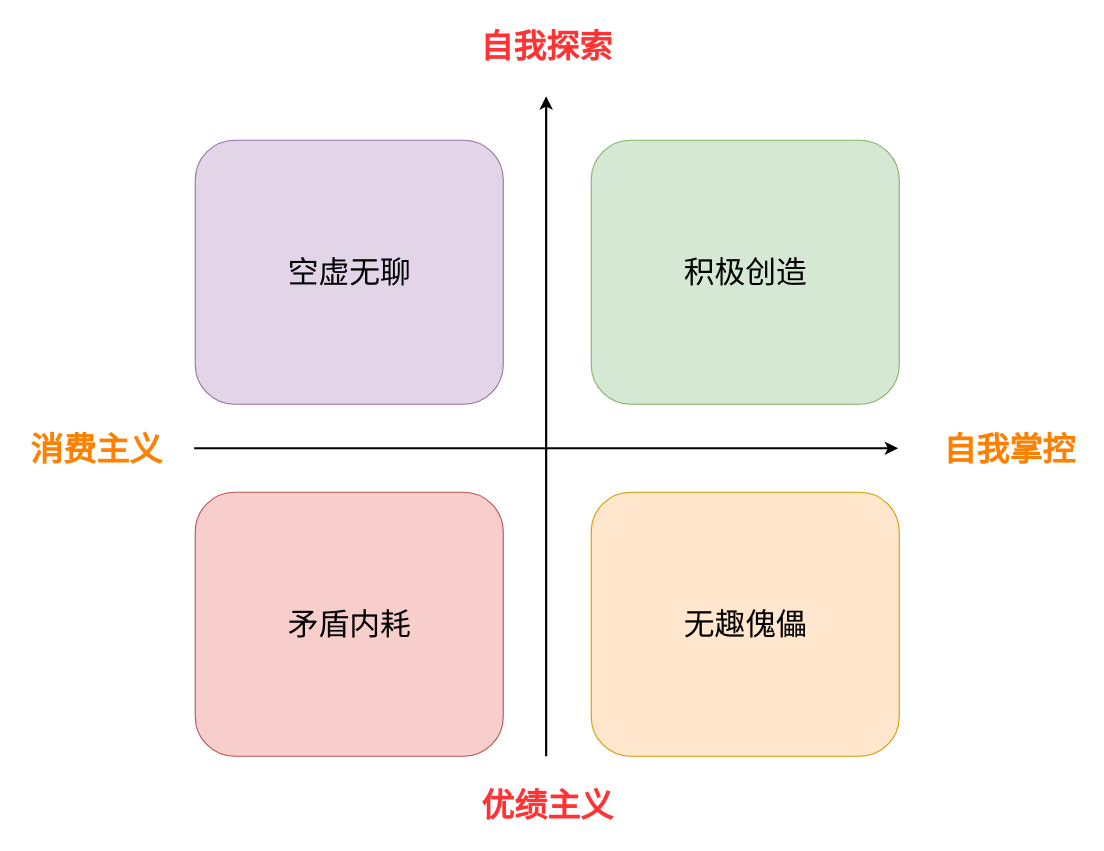
Above: 人生状态四象限.drawio in youyusan/life_system (draw.io), before the change. Source tidied: cells renumbered, new cells numbered last; positions are measured from the earlier drawing's top-left corner, leaving out a move shared by most shapes. Both pictures are drawn from the tidied source at 110%, with x=0, y=0 at pixel (19, 19).
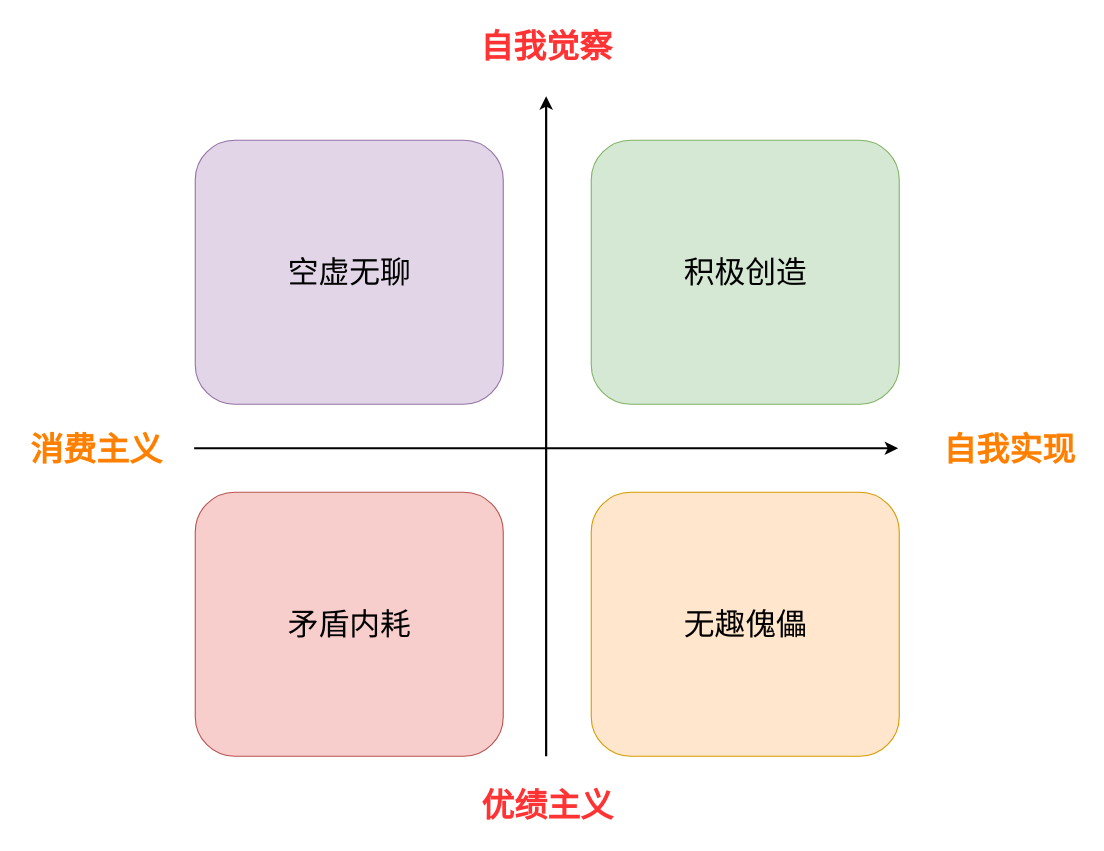
The same page after the edit.

Commit message:
更新人生状态四象限.drawio

Change to the diagram source:
```diff
@@
 <mxGraphModel>
   <root>
     <mxCell id="0" />
     <mxCell id="1" parent="0" />
     <mxCell id="2" style="rounded=1;whiteSpace=wrap;html=1;fillColor=#d5e8d4;strokeColor=#82b366;flipV=0;flipH=0;" parent="1" vertex="1">
       <mxGeometry x="520" y="110" width="280" height="240" as="geometry" />
     </mxCell>
     <mxCell id="3" style="rounded=1;whiteSpace=wrap;html=1;fillColor=#ffe6cc;strokeColor=#d79b00;flipV=1;flipH=0;" parent="1" vertex="1">
       <mxGeometry x="520" y="430" width="280" height="240" as="geometry" />
     </mxCell>
     <mxCell id="4" style="rounded=1;whiteSpace=wrap;html=1;fillColor=#e1d5e7;strokeColor=#9673a6;flipV=0;flipH=0;" parent="1" vertex="1">
       <mxGeometry x="160" y="110" width="280" height="240" as="geometry" />
     </mxCell>
     <mxCell id="5" style="rounded=1;whiteSpace=wrap;html=1;fillColor=#f8cecc;strokeColor=#b85450;flipV=1;flipH=0;" parent="1" vertex="1">
       <mxGeometry x="160" y="430" width="280" height="240" as="geometry" />
     </mxCell>
     <mxCell id="6" style="endArrow=classic;html=1;rounded=0;strokeWidth=2;" parent="1" edge="1">
       <mxGeometry relative="1" as="geometry">
         <mxPoint x="159" y="390" as="sourcePoint" />
         <mxPoint x="799" y="390" as="targetPoint" />
       </mxGeometry>
     </mxCell>
     <mxCell id="7" style="endArrow=classic;html=1;rounded=0;strokeWidth=2;" parent="1" edge="1">
       <mxGeometry relative="1" as="geometry">
         <mxPoint x="479" y="670" as="sourcePoint" />
         <mxPoint x="479" y="70" as="targetPoint" />
       </mxGeometry>
     </mxCell>
     <mxCell id="8" value="优绩主义" style="text;html=1;align=center;verticalAlign=middle;strokeColor=none;fillColor=none;fontSize=30;fontColor=#FF3333;fontStyle=1;" parent="1" vertex="1">
       <mxGeometry x="410" y="690" width="140" height="50" as="geometry" />
     </mxCell>
     <mxCell id="9" value="消费主义" style="text;html=1;align=center;verticalAlign=middle;strokeColor=none;fillColor=none;fontSize=30;fontStyle=1;fontColor=#FF8000;" parent="1" vertex="1">
       <mxGeometry y="366" width="140" height="50" as="geometry" />
     </mxCell>
     <mxCell id="10" value="矛盾内耗" style="text;html=1;align=center;verticalAlign=middle;strokeColor=none;fillColor=none;fontSize=28;flipV=1;flipH=0;" parent="1" vertex="1">
       <mxGeometry x="230" y="525" width="140" height="50" as="geometry" />
     </mxCell>
     <mxCell id="11" value="空虚无聊" style="text;html=1;align=center;verticalAlign=middle;strokeColor=none;fillColor=none;fontSize=28;flipV=0;flipH=0;" parent="1" vertex="1">
       <mxGeometry x="230" y="205" width="140" height="50" as="geometry" />
     </mxCell>
     <mxCell id="12" value="无趣傀儡" style="text;html=1;align=center;verticalAlign=middle;strokeColor=none;fillColor=none;fontSize=28;flipV=1;flipH=0;" parent="1" vertex="1">
       <mxGeometry x="590" y="525" width="140" height="50" as="geometry" />
     </mxCell>
     <mxCell id="13" value="积极创造" style="text;html=1;align=center;verticalAlign=middle;strokeColor=none;fillColor=none;fontSize=28;flipV=0;flipH=0;" parent="1" vertex="1">
       <mxGeometry x="590" y="205" width="140" height="50" as="geometry" />
     </mxCell>
-    <mxCell id="14" value="自我掌控" style="text;html=1;align=center;verticalAlign=middle;strokeColor=none;fillColor=none;fontSize=30;fontStyle=1;fontColor=#FF8000;" parent="1" vertex="1">
+    <mxCell id="14" value="自我实现" style="text;html=1;align=center;verticalAlign=middle;strokeColor=none;fillColor=none;fontSize=30;fontStyle=1;fontColor=#FF8000;" parent="1" vertex="1">
       <mxGeometry x="830" y="366" width="140" height="50" as="geometry" />
     </mxCell>
-    <mxCell id="15" value="自我探索" style="text;html=1;align=center;verticalAlign=middle;strokeColor=none;fillColor=none;fontSize=30;fontColor=#FF3333;fontStyle=1;" parent="1" vertex="1">
+    <mxCell id="15" value="自我觉察" style="text;html=1;align=center;verticalAlign=middle;strokeColor=none;fillColor=none;fontSize=30;fontColor=#FF3333;fontStyle=1;" parent="1" vertex="1">
       <mxGeometry x="409" width="140" height="50" as="geometry" />
     </mxCell>
   </root>
 </mxGraphModel>
```
